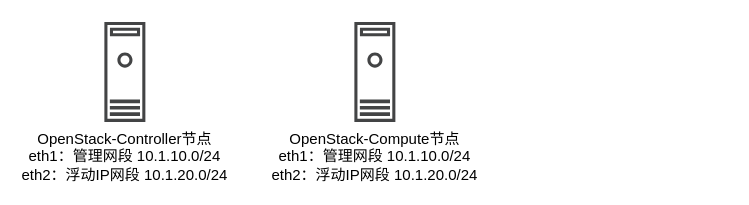
Before: 物理架构图.drawio in lrAltas/DrwaIO, a draw.io diagram. Source tidied: cells renumbered, new cells numbered last; positions are measured from the earlier drawing's top-left corner, leaving out a move shared by most shapes. Both pictures are drawn from the tidied source at 125%, with x=0, y=0 at pixel (104, 21).
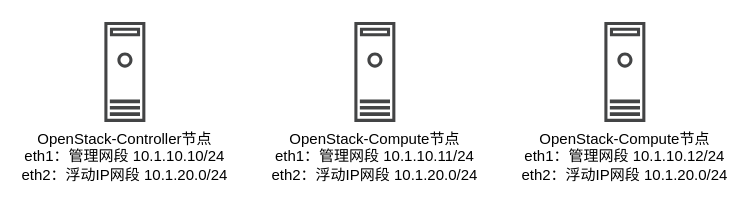
Above is the later version.

Commit message (it also covers changes not shown here):
更新物理架构图.drawio

The edit, as a diff of the source:
```diff
@@
 <mxGraphModel>
   <root>
     <mxCell id="0" />
     <mxCell id="1" parent="0" />
-    <mxCell id="2" value="&lt;div&gt;OpenStack-Controller节点&lt;/div&gt;&lt;div&gt;eth1：管理网段 10.1.10.0/24&lt;/div&gt;&lt;div&gt;eth2：浮动IP网段 10.1.20.0/24&lt;/div&gt;" style="sketch=0;shadow=0;dashed=0;html=1;strokeColor=none;fillColor=#434445;labelPosition=center;verticalLabelPosition=bottom;verticalAlign=top;align=center;shape=mxgraph.vvd.machine;" parent="1" vertex="1">
+    <mxCell id="2" value="&lt;div&gt;OpenStack-Controller节点&lt;/div&gt;&lt;div&gt;eth1：管理网段 10.1.10.10/24&lt;/div&gt;&lt;div&gt;eth2：浮动IP网段 10.1.20.0/24&lt;/div&gt;" style="sketch=0;shadow=0;dashed=0;html=1;strokeColor=none;fillColor=#434445;labelPosition=center;verticalLabelPosition=bottom;verticalAlign=top;align=center;shape=mxgraph.vvd.machine;" parent="1" vertex="1">
       <mxGeometry width="32.8" height="80" as="geometry" />
     </mxCell>
-    <mxCell id="3" value="&lt;div&gt;OpenStack-Compute节点&lt;/div&gt;&lt;div&gt;eth1：管理网段 10.1.10.0/24&lt;/div&gt;&lt;div&gt;eth2：浮动IP网段 10.1.20.0/24&lt;/div&gt;" style="sketch=0;shadow=0;dashed=0;html=1;strokeColor=none;fillColor=#434445;labelPosition=center;verticalLabelPosition=bottom;verticalAlign=top;align=center;shape=mxgraph.vvd.machine;" parent="1" vertex="1">
+    <mxCell id="3" value="&lt;div&gt;OpenStack-Compute节点&lt;/div&gt;&lt;div&gt;eth1：管理网段 10.1.10.11/24&lt;/div&gt;&lt;div&gt;eth2：浮动IP网段 10.1.20.0/24&lt;/div&gt;" style="sketch=0;shadow=0;dashed=0;html=1;strokeColor=none;fillColor=#434445;labelPosition=center;verticalLabelPosition=bottom;verticalAlign=top;align=center;shape=mxgraph.vvd.machine;" parent="1" vertex="1">
       <mxGeometry x="200" width="32.8" height="80" as="geometry" />
     </mxCell>
+    <mxCell id="4" value="&lt;div&gt;OpenStack-Compute节点&lt;/div&gt;&lt;div&gt;eth1：管理网段 10.1.10.12/24&lt;/div&gt;&lt;div&gt;eth2：浮动IP网段 10.1.20.0/24&lt;/div&gt;" style="sketch=0;shadow=0;dashed=0;html=1;strokeColor=none;fillColor=#434445;labelPosition=center;verticalLabelPosition=bottom;verticalAlign=top;align=center;shape=mxgraph.vvd.machine;" parent="1" vertex="1">
+      <mxGeometry x="400" width="32.8" height="80" as="geometry" />
+    </mxCell>
   </root>
 </mxGraphModel>
```
